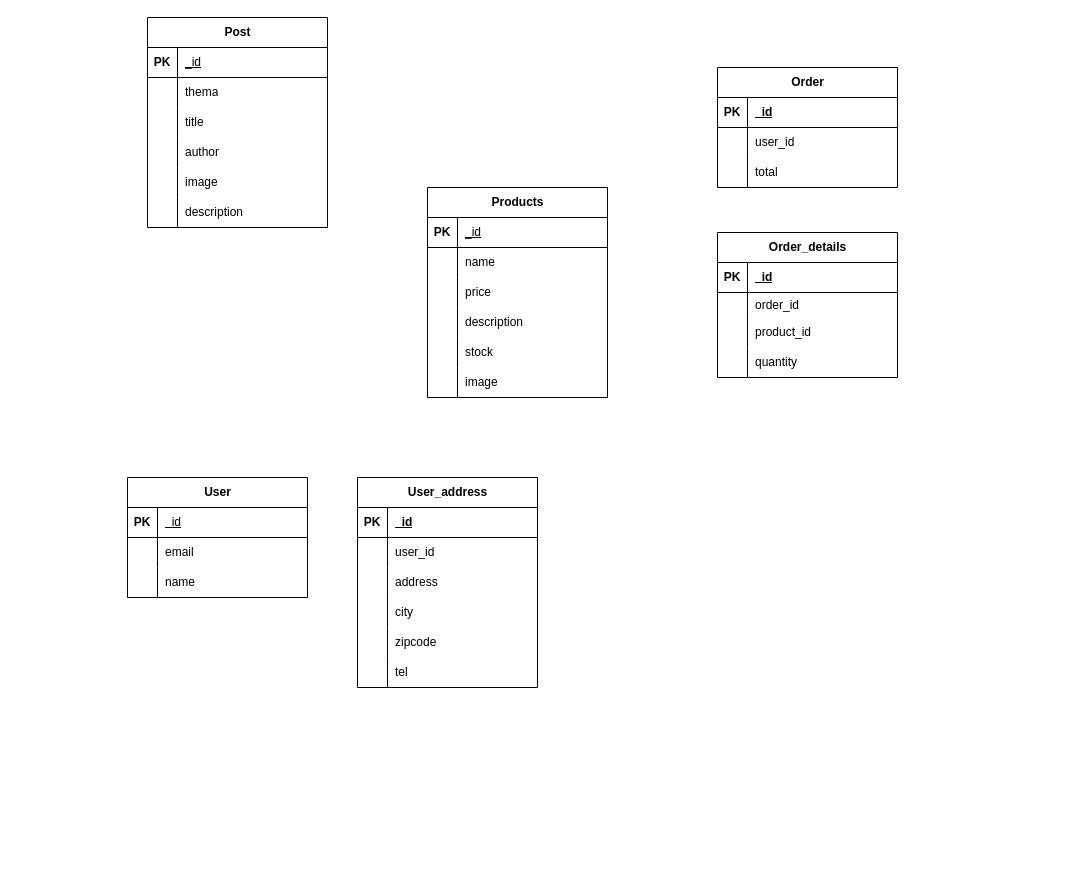
bergam99/chauvet-2 keeps this draw.io diagram as modelisation.drawio. Above is the earlier version. Source tidied: cells renumbered, new cells numbered last; positions are measured from the earlier drawing's top-left corner, leaving out a move shared by most shapes. Both pictures are drawn from the tidied source at 100%, with x=0, y=0 at pixel (127, 17).
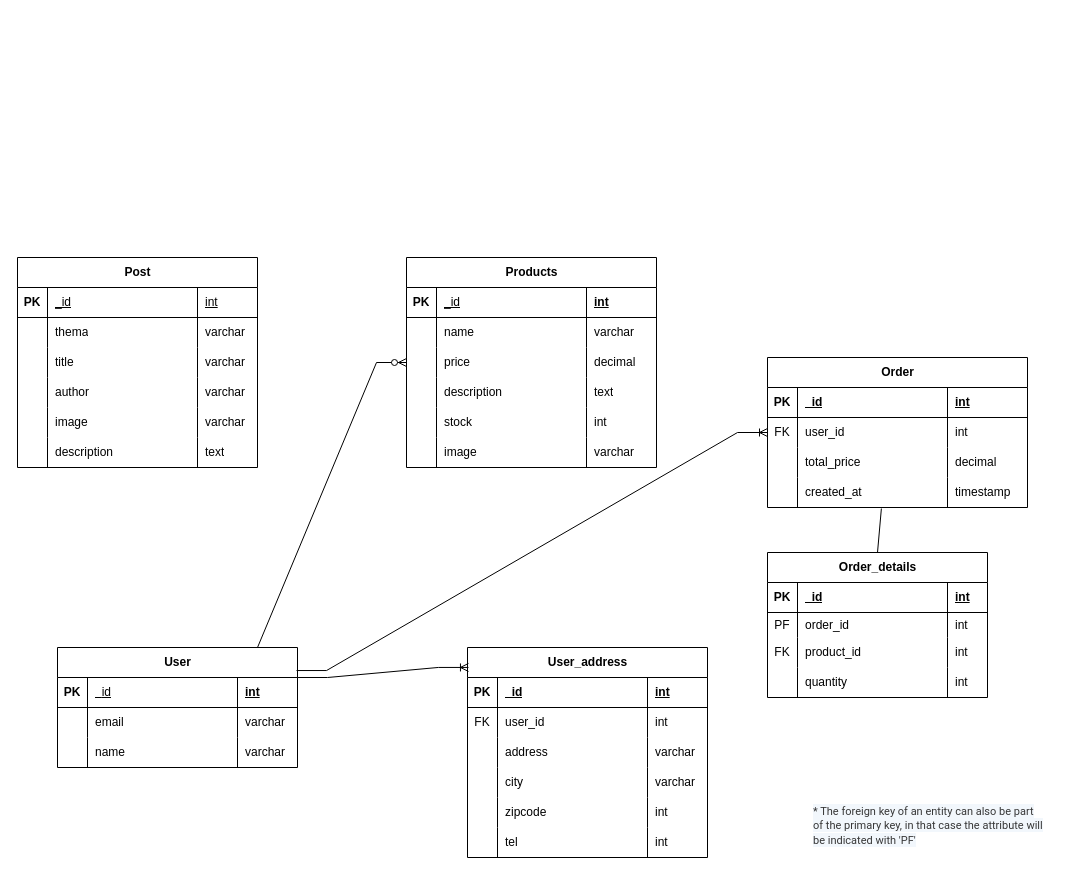
After the change.

Commit message (it also covers changes not shown here):
Mettre à jour modelisation.drawio

The edit, as a diff of the source:
```diff
@@
     <mxCell id="2" value="Post" style="shape=table;startSize=30;childLayout=tableLayout;rowLines=0;fontStyle=1;align=center;html=1;" parent="1" vertex="1">
-      <mxGeometry x="20" width="180" height="210" as="geometry" />
+      <mxGeometry x="-110" y="240" width="240" height="210" as="geometry" />
     </mxCell>
     <mxCell id="3" style="shape=tableRow;horizontal=0;startSize=0;swimlaneHead=0;swimlaneBody=0;fillColor=none;top=0;left=0;right=0;bottom=1;" parent="2" vertex="1">
-      <mxGeometry y="30" width="180" height="30" as="geometry" />
+      <mxGeometry y="30" width="240" height="30" as="geometry" />
     </mxCell>
@@
+    <mxCell id="92" value="&lt;span style=&quot;font-weight: normal;&quot;&gt;int&lt;/span&gt;" style="shape=partialRectangle;fillColor=none;top=0;left=0;bottom=0;right=0;align=left;spacingLeft=6;fontStyle=5;overflow=hidden;whiteSpace=wrap;html=1;" parent="3" vertex="1">
+      <mxGeometry x="180" width="60" height="30" as="geometry" />
+    </mxCell>
     <mxCell id="6" style="shape=tableRow;horizontal=0;startSize=0;swimlaneHead=0;swimlaneBody=0;fillColor=none;top=0;left=0;right=0;bottom=0;" parent="2" vertex="1">
-      <mxGeometry y="60" width="180" height="30" as="geometry" />
+      <mxGeometry y="60" width="240" height="30" as="geometry" />
     </mxCell>
@@
+    <mxCell id="93" value="varchar" style="shape=partialRectangle;fillColor=none;top=0;left=0;bottom=0;right=0;align=left;spacingLeft=6;overflow=hidden;whiteSpace=wrap;html=1;" parent="6" vertex="1">
+      <mxGeometry x="180" width="60" height="30" as="geometry" />
+    </mxCell>
     <mxCell id="9" style="shape=tableRow;horizontal=0;startSize=0;swimlaneHead=0;swimlaneBody=0;fillColor=none;top=0;left=0;right=0;bottom=0;" parent="2" vertex="1">
-      <mxGeometry y="90" width="180" height="30" as="geometry" />
+      <mxGeometry y="90" width="240" height="30" as="geometry" />
     </mxCell>
@@
+    <mxCell id="94" value="varchar" style="shape=partialRectangle;fillColor=none;top=0;left=0;bottom=0;right=0;align=left;spacingLeft=6;overflow=hidden;whiteSpace=wrap;html=1;" parent="9" vertex="1">
+      <mxGeometry x="180" width="60" height="30" as="geometry" />
+    </mxCell>
     <mxCell id="12" style="shape=tableRow;horizontal=0;startSize=0;swimlaneHead=0;swimlaneBody=0;fillColor=none;top=0;left=0;right=0;bottom=0;" parent="2" vertex="1">
-      <mxGeometry y="120" width="180" height="30" as="geometry" />
+      <mxGeometry y="120" width="240" height="30" as="geometry" />
     </mxCell>
@@
+    <mxCell id="95" value="varchar" style="shape=partialRectangle;fillColor=none;top=0;left=0;bottom=0;right=0;align=left;spacingLeft=6;overflow=hidden;whiteSpace=wrap;html=1;" parent="12" vertex="1">
+      <mxGeometry x="180" width="60" height="30" as="geometry" />
+    </mxCell>
     <mxCell id="15" style="shape=tableRow;horizontal=0;startSize=0;swimlaneHead=0;swimlaneBody=0;fillColor=none;top=0;left=0;right=0;bottom=0;" parent="2" vertex="1">
-      <mxGeometry y="150" width="180" height="30" as="geometry" />
+      <mxGeometry y="150" width="240" height="30" as="geometry" />
     </mxCell>
@@
+    <mxCell id="96" value="varchar" style="shape=partialRectangle;fillColor=none;top=0;left=0;bottom=0;right=0;align=left;spacingLeft=6;overflow=hidden;whiteSpace=wrap;html=1;" parent="15" vertex="1">
+      <mxGeometry x="180" width="60" height="30" as="geometry" />
+    </mxCell>
     <mxCell id="18" style="shape=tableRow;horizontal=0;startSize=0;swimlaneHead=0;swimlaneBody=0;fillColor=none;top=0;left=0;right=0;bottom=0;" parent="2" vertex="1">
-      <mxGeometry y="180" width="180" height="30" as="geometry" />
+      <mxGeometry y="180" width="240" height="30" as="geometry" />
     </mxCell>
@@
+    <mxCell id="97" value="text" style="shape=partialRectangle;fillColor=none;top=0;left=0;bottom=0;right=0;align=left;spacingLeft=6;overflow=hidden;whiteSpace=wrap;html=1;" parent="18" vertex="1">
+      <mxGeometry x="180" width="60" height="30" as="geometry" />
+    </mxCell>
     <mxCell id="21" value="Products" style="shape=table;startSize=30;childLayout=tableLayout;rowLines=0;fontStyle=1;align=center;html=1;" parent="1" vertex="1">
-      <mxGeometry x="300" y="170" width="180" height="210" as="geometry" />
+      <mxGeometry x="279" y="240" width="250" height="210" as="geometry" />
     </mxCell>
     <mxCell id="22" style="shape=tableRow;horizontal=0;startSize=0;swimlaneHead=0;swimlaneBody=0;fillColor=none;top=0;left=0;right=0;bottom=1;" parent="21" vertex="1">
-      <mxGeometry y="30" width="180" height="30" as="geometry" />
+      <mxGeometry y="30" width="250" height="30" as="geometry" />
     </mxCell>
@@
+    <mxCell id="98" value="int" style="shape=partialRectangle;fillColor=none;top=0;left=0;bottom=0;right=0;align=left;spacingLeft=6;fontStyle=5;overflow=hidden;whiteSpace=wrap;html=1;" parent="22" vertex="1">
+      <mxGeometry x="180" width="70" height="30" as="geometry" />
+    </mxCell>
     <mxCell id="25" style="shape=tableRow;horizontal=0;startSize=0;swimlaneHead=0;swimlaneBody=0;fillColor=none;top=0;left=0;right=0;bottom=0;" parent="21" vertex="1">
-      <mxGeometry y="60" width="180" height="30" as="geometry" />
+      <mxGeometry y="60" width="250" height="30" as="geometry" />
     </mxCell>
@@
+    <mxCell id="99" value="varchar" style="shape=partialRectangle;fillColor=none;top=0;left=0;bottom=0;right=0;align=left;spacingLeft=6;overflow=hidden;whiteSpace=wrap;html=1;" parent="25" vertex="1">
+      <mxGeometry x="180" width="70" height="30" as="geometry" />
+    </mxCell>
     <mxCell id="28" style="shape=tableRow;horizontal=0;startSize=0;swimlaneHead=0;swimlaneBody=0;fillColor=none;points=[[0,0.5],[1,0.5]];portConstraint=eastwest;top=0;left=0;right=0;bottom=0;" parent="21" vertex="1">
-      <mxGeometry y="90" width="180" height="30" as="geometry" />
+      <mxGeometry y="90" width="250" height="30" as="geometry" />
     </mxCell>
@@
+    <mxCell id="100" value="decimal" style="shape=partialRectangle;fillColor=none;top=0;left=0;bottom=0;right=0;align=left;spacingLeft=6;overflow=hidden;whiteSpace=wrap;html=1;" parent="28" vertex="1">
+      <mxGeometry x="180" width="70" height="30" as="geometry" />
+    </mxCell>
     <mxCell id="31" style="shape=tableRow;horizontal=0;startSize=0;swimlaneHead=0;swimlaneBody=0;fillColor=none;top=0;left=0;right=0;bottom=0;" parent="21" vertex="1">
-      <mxGeometry y="120" width="180" height="30" as="geometry" />
+      <mxGeometry y="120" width="250" height="30" as="geometry" />
     </mxCell>
@@
+    <mxCell id="101" value="text" style="shape=partialRectangle;fillColor=none;top=0;left=0;bottom=0;right=0;align=left;spacingLeft=6;overflow=hidden;whiteSpace=wrap;html=1;" parent="31" vertex="1">
+      <mxGeometry x="180" width="70" height="30" as="geometry" />
+    </mxCell>
     <mxCell id="34" style="shape=tableRow;horizontal=0;startSize=0;swimlaneHead=0;swimlaneBody=0;fillColor=none;top=0;left=0;right=0;bottom=0;" parent="21" vertex="1">
-      <mxGeometry y="150" width="180" height="30" as="geometry" />
+      <mxGeometry y="150" width="250" height="30" as="geometry" />
     </mxCell>
@@
+    <mxCell id="102" value="int" style="shape=partialRectangle;fillColor=none;top=0;left=0;bottom=0;right=0;align=left;spacingLeft=6;overflow=hidden;whiteSpace=wrap;html=1;" parent="34" vertex="1">
+      <mxGeometry x="180" width="70" height="30" as="geometry" />
+    </mxCell>
     <mxCell id="37" style="shape=tableRow;horizontal=0;startSize=0;swimlaneHead=0;swimlaneBody=0;fillColor=none;top=0;left=0;right=0;bottom=0;" parent="21" vertex="1">
-      <mxGeometry y="180" width="180" height="30" as="geometry" />
+      <mxGeometry y="180" width="250" height="30" as="geometry" />
     </mxCell>
@@
+    <mxCell id="103" value="varchar" style="shape=partialRectangle;fillColor=none;top=0;left=0;bottom=0;right=0;align=left;spacingLeft=6;overflow=hidden;whiteSpace=wrap;html=1;" parent="37" vertex="1">
+      <mxGeometry x="180" width="70" height="30" as="geometry" />
+    </mxCell>
     <mxCell id="40" value="User" style="shape=table;startSize=30;childLayout=tableLayout;rowLines=0;fontStyle=1;align=center;html=1;" parent="1" vertex="1">
-      <mxGeometry y="460" width="180" height="120" as="geometry" />
+      <mxGeometry x="-70" y="630" width="240" height="120" as="geometry" />
     </mxCell>
     <mxCell id="41" style="shape=tableRow;horizontal=0;startSize=0;swimlaneHead=0;swimlaneBody=0;fillColor=none;top=0;left=0;right=0;bottom=1;" parent="40" vertex="1">
-      <mxGeometry y="30" width="180" height="30" as="geometry" />
+      <mxGeometry y="30" width="240" height="30" as="geometry" />
     </mxCell>
@@
+    <mxCell id="104" value="int" style="shape=partialRectangle;fillColor=none;top=0;left=0;bottom=0;right=0;align=left;spacingLeft=6;fontStyle=5;overflow=hidden;whiteSpace=wrap;html=1;" parent="41" vertex="1">
+      <mxGeometry x="180" width="60" height="30" as="geometry" />
+    </mxCell>
     <mxCell id="44" style="shape=tableRow;horizontal=0;startSize=0;swimlaneHead=0;swimlaneBody=0;fillColor=none;top=0;left=0;right=0;bottom=0;" parent="40" vertex="1">
-      <mxGeometry y="60" width="180" height="30" as="geometry" />
+      <mxGeometry y="60" width="240" height="30" as="geometry" />
     </mxCell>
@@
+    <mxCell id="105" value="varchar" style="shape=partialRectangle;fillColor=none;top=0;left=0;bottom=0;right=0;align=left;spacingLeft=6;overflow=hidden;whiteSpace=wrap;html=1;" parent="44" vertex="1">
+      <mxGeometry x="180" width="60" height="30" as="geometry" />
+    </mxCell>
     <mxCell id="47" style="shape=tableRow;horizontal=0;startSize=0;swimlaneHead=0;swimlaneBody=0;fillColor=none;top=0;left=0;right=0;bottom=0;" parent="40" vertex="1">
-      <mxGeometry y="90" width="180" height="30" as="geometry" />
+      <mxGeometry y="90" width="240" height="30" as="geometry" />
     </mxCell>
@@
+    <mxCell id="106" value="varchar" style="shape=partialRectangle;fillColor=none;top=0;left=0;bottom=0;right=0;align=left;spacingLeft=6;overflow=hidden;whiteSpace=wrap;html=1;" parent="47" vertex="1">
+      <mxGeometry x="180" width="60" height="30" as="geometry" />
+    </mxCell>
     <mxCell id="50" value="User_address" style="shape=table;startSize=30;childLayout=tableLayout;rowLines=0;fontStyle=1;align=center;html=1;" parent="1" vertex="1">
-      <mxGeometry x="230" y="460" width="180" height="210" as="geometry" />
+      <mxGeometry x="340" y="630" width="240" height="210" as="geometry" />
     </mxCell>
     <mxCell id="51" style="shape=tableRow;horizontal=0;startSize=0;swimlaneHead=0;swimlaneBody=0;fillColor=none;top=0;left=0;right=0;bottom=1;" parent="50" vertex="1">
-      <mxGeometry y="30" width="180" height="30" as="geometry" />
+      <mxGeometry y="30" width="240" height="30" as="geometry" />
     </mxCell>
@@
+    <mxCell id="107" value="int" style="shape=partialRectangle;fillColor=none;top=0;left=0;bottom=0;right=0;align=left;spacingLeft=6;fontStyle=5;overflow=hidden;whiteSpace=wrap;html=1;" parent="51" vertex="1">
+      <mxGeometry x="180" width="60" height="30" as="geometry" />
+    </mxCell>
     <mxCell id="54" style="shape=tableRow;horizontal=0;startSize=0;swimlaneHead=0;swimlaneBody=0;fillColor=none;top=0;left=0;right=0;bottom=0;" parent="50" vertex="1">
-      <mxGeometry y="60" width="180" height="30" as="geometry" />
+      <mxGeometry y="60" width="240" height="30" as="geometry" />
     </mxCell>
-    <mxCell id="55" style="shape=partialRectangle;fillColor=none;top=0;left=0;bottom=0;right=0;overflow=hidden;whiteSpace=wrap;html=1;" parent="54" vertex="1">
+    <mxCell id="55" value="FK" style="shape=partialRectangle;fillColor=none;top=0;left=0;bottom=0;right=0;overflow=hidden;whiteSpace=wrap;html=1;" parent="54" vertex="1">
       <mxGeometry width="30" height="30" as="geometry" />
     </mxCell>
@@
+    <mxCell id="108" value="int" style="shape=partialRectangle;fillColor=none;top=0;left=0;bottom=0;right=0;align=left;spacingLeft=6;overflow=hidden;whiteSpace=wrap;html=1;" parent="54" vertex="1">
+      <mxGeometry x="180" width="60" height="30" as="geometry" />
+    </mxCell>
     <mxCell id="57" style="shape=tableRow;horizontal=0;startSize=0;swimlaneHead=0;swimlaneBody=0;fillColor=none;top=0;left=0;right=0;bottom=0;" parent="50" vertex="1">
-      <mxGeometry y="90" width="180" height="30" as="geometry" />
+      <mxGeometry y="90" width="240" height="30" as="geometry" />
     </mxCell>
@@
+    <mxCell id="109" value="varchar" style="shape=partialRectangle;fillColor=none;top=0;left=0;bottom=0;right=0;align=left;spacingLeft=6;overflow=hidden;whiteSpace=wrap;html=1;" parent="57" vertex="1">
+      <mxGeometry x="180" width="60" height="30" as="geometry" />
+    </mxCell>
     <mxCell id="60" style="shape=tableRow;horizontal=0;startSize=0;swimlaneHead=0;swimlaneBody=0;fillColor=none;top=0;left=0;right=0;bottom=0;" parent="50" vertex="1">
-      <mxGeometry y="120" width="180" height="30" as="geometry" />
+      <mxGeometry y="120" width="240" height="30" as="geometry" />
     </mxCell>
@@
+    <mxCell id="110" value="varchar" style="shape=partialRectangle;fillColor=none;top=0;left=0;bottom=0;right=0;align=left;spacingLeft=6;overflow=hidden;whiteSpace=wrap;html=1;" parent="60" vertex="1">
+      <mxGeometry x="180" width="60" height="30" as="geometry" />
+    </mxCell>
     <mxCell id="63" style="shape=tableRow;horizontal=0;startSize=0;swimlaneHead=0;swimlaneBody=0;fillColor=none;top=0;left=0;right=0;bottom=0;" parent="50" vertex="1">
-      <mxGeometry y="150" width="180" height="30" as="geometry" />
+      <mxGeometry y="150" width="240" height="30" as="geometry" />
     </mxCell>
@@
+    <mxCell id="111" value="int" style="shape=partialRectangle;fillColor=none;top=0;left=0;bottom=0;right=0;align=left;spacingLeft=6;overflow=hidden;whiteSpace=wrap;html=1;" parent="63" vertex="1">
+      <mxGeometry x="180" width="60" height="30" as="geometry" />
+    </mxCell>
     <mxCell id="66" style="shape=tableRow;horizontal=0;startSize=0;swimlaneHead=0;swimlaneBody=0;fillColor=none;top=0;left=0;right=0;bottom=0;" parent="50" vertex="1">
-      <mxGeometry y="180" width="180" height="30" as="geometry" />
+      <mxGeometry y="180" width="240" height="30" as="geometry" />
     </mxCell>
@@
+    <mxCell id="112" value="int" style="shape=partialRectangle;fillColor=none;top=0;left=0;bottom=0;right=0;align=left;spacingLeft=6;overflow=hidden;whiteSpace=wrap;html=1;" parent="66" vertex="1">
+      <mxGeometry x="180" width="60" height="30" as="geometry" />
+    </mxCell>
     <mxCell id="69" value="Order" style="shape=table;startSize=30;childLayout=tableLayout;rowLines=0;fontStyle=1;align=center;html=1;" parent="1" vertex="1">
-      <mxGeometry x="590" y="50" width="180" height="120" as="geometry" />
+      <mxGeometry x="640" y="340" width="260" height="150" as="geometry" />
     </mxCell>
     <mxCell id="70" style="shape=tableRow;horizontal=0;startSize=0;swimlaneHead=0;swimlaneBody=0;fillColor=none;top=0;left=0;right=0;bottom=1;" parent="69" vertex="1">
-      <mxGeometry y="30" width="180" height="30" as="geometry" />
+      <mxGeometry y="30" width="260" height="30" as="geometry" />
     </mxCell>
@@
+    <mxCell id="113" value="int" style="shape=partialRectangle;fillColor=none;top=0;left=0;bottom=0;right=0;align=left;spacingLeft=6;fontStyle=5;overflow=hidden;whiteSpace=wrap;html=1;" parent="70" vertex="1">
+      <mxGeometry x="180" width="80" height="30" as="geometry" />
+    </mxCell>
     <mxCell id="73" style="shape=tableRow;horizontal=0;startSize=0;swimlaneHead=0;swimlaneBody=0;fillColor=none;points=[[0,0.5],[1,0.5]];portConstraint=eastwest;top=0;left=0;right=0;bottom=0;" parent="69" vertex="1">
-      <mxGeometry y="60" width="180" height="30" as="geometry" />
+      <mxGeometry y="60" width="260" height="30" as="geometry" />
     </mxCell>
-    <mxCell id="74" style="shape=partialRectangle;fillColor=none;top=0;left=0;bottom=0;right=0;overflow=hidden;whiteSpace=wrap;html=1;" parent="73" vertex="1">
+    <mxCell id="74" value="FK" style="shape=partialRectangle;fillColor=none;top=0;left=0;bottom=0;right=0;overflow=hidden;whiteSpace=wrap;html=1;" parent="73" vertex="1">
       <mxGeometry width="30" height="30" as="geometry" />
     </mxCell>
@@
+    <mxCell id="114" value="int" style="shape=partialRectangle;fillColor=none;top=0;left=0;bottom=0;right=0;align=left;spacingLeft=6;overflow=hidden;whiteSpace=wrap;html=1;" parent="73" vertex="1">
+      <mxGeometry x="180" width="80" height="30" as="geometry" />
+    </mxCell>
     <mxCell id="76" style="shape=tableRow;horizontal=0;startSize=0;swimlaneHead=0;swimlaneBody=0;fillColor=none;top=0;left=0;right=0;bottom=0;" parent="69" vertex="1">
-      <mxGeometry y="90" width="180" height="30" as="geometry" />
+      <mxGeometry y="90" width="260" height="30" as="geometry" />
     </mxCell>
@@
-    <mxCell id="78" value="total" style="shape=partialRectangle;fillColor=none;top=0;left=0;bottom=0;right=0;align=left;spacingLeft=6;overflow=hidden;whiteSpace=wrap;html=1;" parent="76" vertex="1">
+    <mxCell id="78" value="total_price" style="shape=partialRectangle;fillColor=none;top=0;left=0;bottom=0;right=0;align=left;spacingLeft=6;overflow=hidden;whiteSpace=wrap;html=1;" parent="76" vertex="1">
       <mxGeometry x="30" width="150" height="30" as="geometry" />
     </mxCell>
+    <mxCell id="115" value="decimal" style="shape=partialRectangle;fillColor=none;top=0;left=0;bottom=0;right=0;align=left;spacingLeft=6;overflow=hidden;whiteSpace=wrap;html=1;" parent="76" vertex="1">
+      <mxGeometry x="180" width="80" height="30" as="geometry" />
+    </mxCell>
+    <mxCell id="116" style="shape=tableRow;horizontal=0;startSize=0;swimlaneHead=0;swimlaneBody=0;fillColor=none;points=[[0,0.5],[1,0.5]];portConstraint=eastwest;top=0;left=0;right=0;bottom=0;" parent="69" vertex="1">
+      <mxGeometry y="120" width="260" height="30" as="geometry" />
+    </mxCell>
+    <mxCell id="117" style="shape=partialRectangle;fillColor=none;top=0;left=0;bottom=0;right=0;overflow=hidden;whiteSpace=wrap;html=1;" parent="116" vertex="1">
+      <mxGeometry width="30" height="30" as="geometry" />
+    </mxCell>
+    <mxCell id="118" value="created_at" style="shape=partialRectangle;fillColor=none;top=0;left=0;bottom=0;right=0;align=left;spacingLeft=6;overflow=hidden;whiteSpace=wrap;html=1;" parent="116" vertex="1">
+      <mxGeometry x="30" width="150" height="30" as="geometry" />
+    </mxCell>
+    <mxCell id="119" value="timestamp" style="shape=partialRectangle;fillColor=none;top=0;left=0;bottom=0;right=0;align=left;spacingLeft=6;overflow=hidden;whiteSpace=wrap;html=1;" parent="116" vertex="1">
+      <mxGeometry x="180" width="80" height="30" as="geometry" />
+    </mxCell>
     <mxCell id="79" value="Order_details" style="shape=table;startSize=30;childLayout=tableLayout;rowLines=0;fontStyle=1;align=center;html=1;" parent="1" vertex="1">
-      <mxGeometry x="590" y="215" width="180" height="145" as="geometry" />
+      <mxGeometry x="640" y="535" width="220" height="145" as="geometry" />
     </mxCell>
     <mxCell id="80" style="shape=tableRow;horizontal=0;startSize=0;swimlaneHead=0;swimlaneBody=0;fillColor=none;top=0;left=0;right=0;bottom=1;" parent="79" vertex="1">
-      <mxGeometry y="30" width="180" height="30" as="geometry" />
+      <mxGeometry y="30" width="220" height="30" as="geometry" />
     </mxCell>
@@
+    <mxCell id="120" value="int" style="shape=partialRectangle;fillColor=none;top=0;left=0;bottom=0;right=0;align=left;spacingLeft=6;fontStyle=5;overflow=hidden;whiteSpace=wrap;html=1;" parent="80" vertex="1">
+      <mxGeometry x="180" width="40" height="30" as="geometry" />
+    </mxCell>
     <mxCell id="83" style="shape=tableRow;horizontal=0;startSize=0;swimlaneHead=0;swimlaneBody=0;fillColor=none;top=0;left=0;right=0;bottom=0;" parent="79" vertex="1">
-      <mxGeometry y="60" width="180" height="25" as="geometry" />
+      <mxGeometry y="60" width="220" height="25" as="geometry" />
     </mxCell>
-    <mxCell id="84" style="shape=partialRectangle;fillColor=none;top=0;left=0;bottom=0;right=0;overflow=hidden;whiteSpace=wrap;html=1;" parent="83" vertex="1">
+    <mxCell id="84" value="PF" style="shape=partialRectangle;fillColor=none;top=0;left=0;bottom=0;right=0;overflow=hidden;whiteSpace=wrap;html=1;" parent="83" vertex="1">
       <mxGeometry width="30" height="25" as="geometry" />
     </mxCell>
@@
+    <mxCell id="121" value="int" style="shape=partialRectangle;fillColor=none;top=0;left=0;bottom=0;right=0;align=left;spacingLeft=6;overflow=hidden;whiteSpace=wrap;html=1;" parent="83" vertex="1">
+      <mxGeometry x="180" width="40" height="25" as="geometry" />
+    </mxCell>
     <mxCell id="86" style="shape=tableRow;horizontal=0;startSize=0;swimlaneHead=0;swimlaneBody=0;fillColor=none;top=0;left=0;right=0;bottom=0;" parent="79" vertex="1">
-      <mxGeometry y="85" width="180" height="30" as="geometry" />
+      <mxGeometry y="85" width="220" height="30" as="geometry" />
     </mxCell>
-    <mxCell id="87" style="shape=partialRectangle;fillColor=none;top=0;left=0;bottom=0;right=0;overflow=hidden;whiteSpace=wrap;html=1;" parent="86" vertex="1">
+    <mxCell id="87" value="FK" style="shape=partialRectangle;fillColor=none;top=0;left=0;bottom=0;right=0;overflow=hidden;whiteSpace=wrap;html=1;" parent="86" vertex="1">
       <mxGeometry width="30" height="30" as="geometry" />
     </mxCell>
@@
+    <mxCell id="122" value="int" style="shape=partialRectangle;fillColor=none;top=0;left=0;bottom=0;right=0;align=left;spacingLeft=6;overflow=hidden;whiteSpace=wrap;html=1;" parent="86" vertex="1">
+      <mxGeometry x="180" width="40" height="30" as="geometry" />
+    </mxCell>
     <mxCell id="89" style="shape=tableRow;horizontal=0;startSize=0;swimlaneHead=0;swimlaneBody=0;fillColor=none;top=0;left=0;right=0;bottom=0;" parent="79" vertex="1">
-      <mxGeometry y="115" width="180" height="30" as="geometry" />
+      <mxGeometry y="115" width="220" height="30" as="geometry" />
     </mxCell>
@@
+    <mxCell id="123" value="int" style="shape=partialRectangle;fillColor=none;top=0;left=0;bottom=0;right=0;align=left;spacingLeft=6;overflow=hidden;whiteSpace=wrap;html=1;" parent="89" vertex="1">
+      <mxGeometry x="180" width="40" height="30" as="geometry" />
+    </mxCell>
+    <mxCell id="124" style="edgeStyle=entityRelationEdgeStyle;fontSize=12;html=1;endArrow=ERoneToMany;rounded=0;entryX=0.004;entryY=0.095;entryDx=0;entryDy=0;entryPerimeter=0;exitX=1;exitY=0.25;exitDx=0;exitDy=0;" parent="1" edge="1" source="40" target="50">
+      <mxGeometry relative="1" as="geometry" />
+    </mxCell>
+    <mxCell id="125" style="edgeStyle=entityRelationEdgeStyle;fontSize=12;html=1;endArrow=ERoneToMany;rounded=0;entryX=0;entryY=0.5;entryDx=0;entryDy=0;exitX=0.996;exitY=0.192;exitDx=0;exitDy=0;exitPerimeter=0;" parent="1" edge="1" source="40" target="73">
+      <mxGeometry relative="1" as="geometry" />
+    </mxCell>
+    <mxCell id="126" style="endArrow=none;html=1;rounded=0;entryX=0.5;entryY=0;entryDx=0;entryDy=0;exitX=0.438;exitY=1.034;exitDx=0;exitDy=0;exitPerimeter=0;" parent="1" edge="1" source="116" target="79">
+      <mxGeometry relative="1" as="geometry" />
+    </mxCell>
+    <mxCell id="127" style="edgeStyle=entityRelationEdgeStyle;fontSize=12;html=1;endArrow=ERzeroToMany;endFill=1;rounded=0;entryX=0;entryY=0.5;entryDx=0;entryDy=0;" parent="1" edge="1" target="28">
+      <mxGeometry relative="1" as="geometry">
+        <mxPoint x="100" y="630" as="sourcePoint" />
+      </mxGeometry>
+    </mxCell>
+    <mxCell id="128" value="&lt;span style=&quot;caret-color: rgb(55, 55, 55); color: rgb(55, 55, 55); font-family: Roboto, Arial, sans-serif; background-color: rgb(242, 247, 252);&quot;&gt;&lt;font style=&quot;font-size: 11px;&quot;&gt;* The foreign key of an entity can also be part of the primary key, in that case the attribute will be indicated with 'PF'&lt;/font&gt;&lt;/span&gt;" style="text;strokeColor=none;fillColor=none;spacingLeft=4;spacingRight=4;overflow=hidden;fontSize=12;whiteSpace=wrap;html=1;" parent="1" vertex="1">
+      <mxGeometry x="680" y="780" width="240" height="50" as="geometry" />
+    </mxCell>
```
